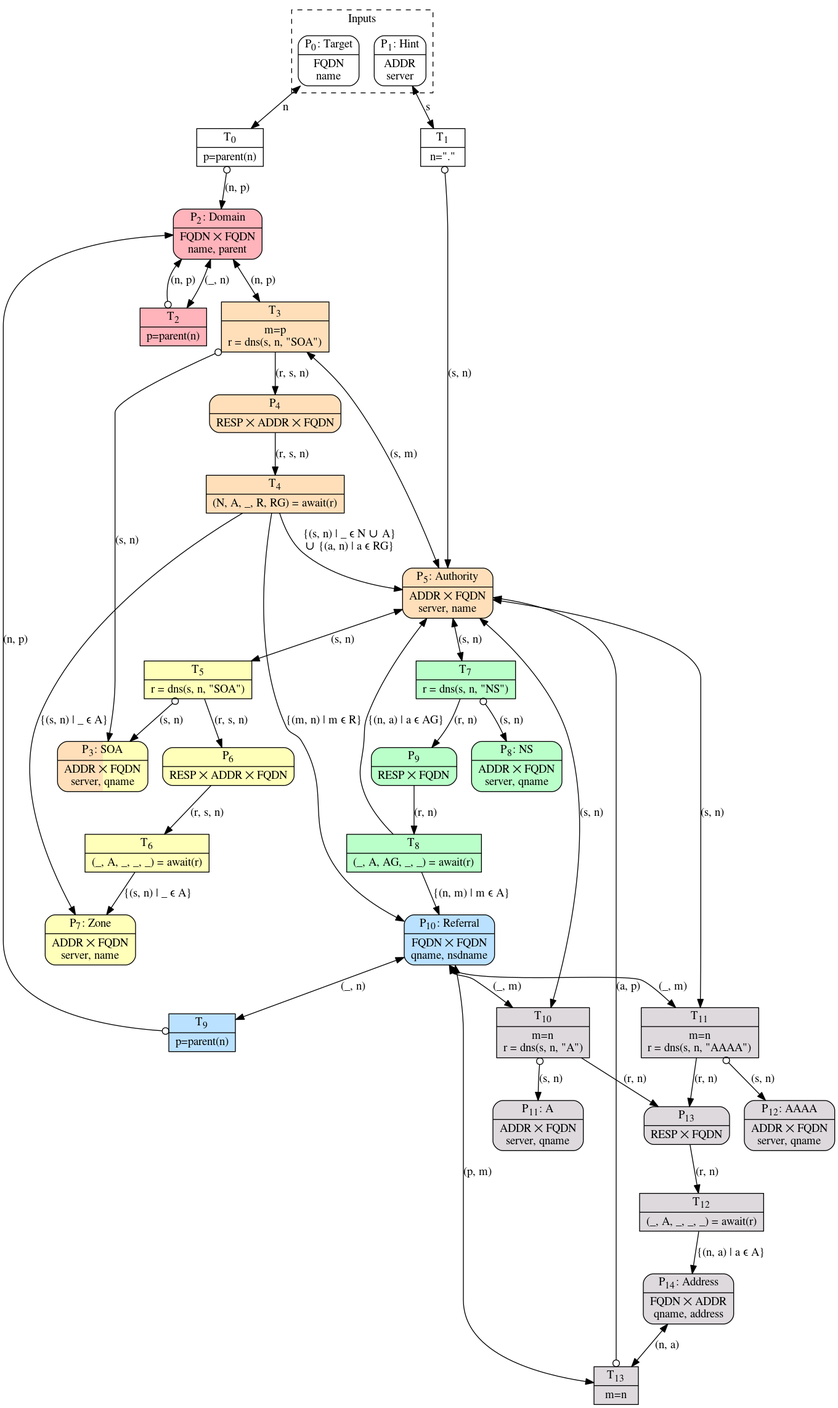
This is topo.png from mattias-p/topo, a Graphviz export, as it was before one commit. Its source is kept beside it as topo.dot.
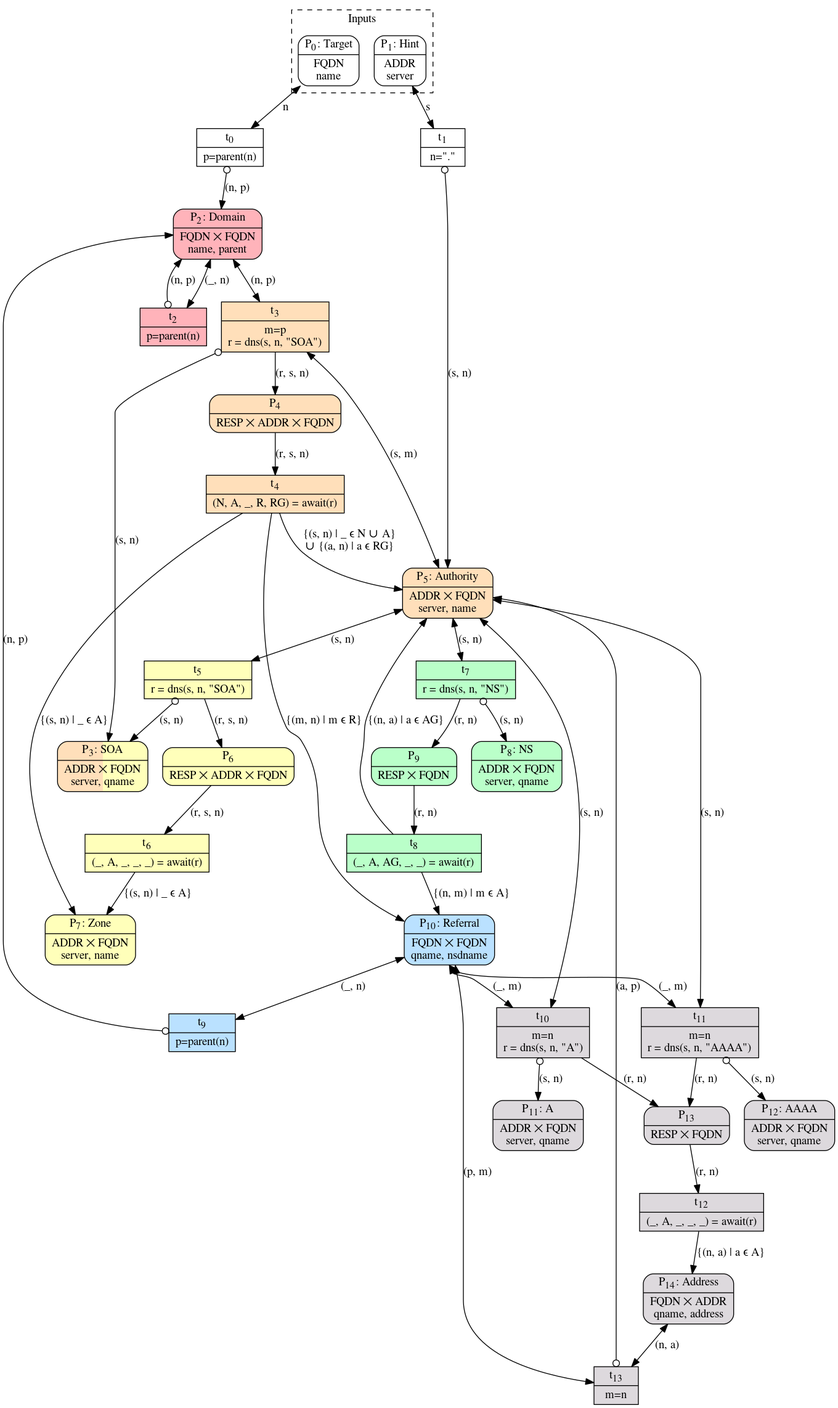
Later version of the same file.

Commit message:
Use lower case t for transitions

Diff of the diagram source:
```diff
@@ -46,83 +46,83 @@
 
     node [fillcolor="#ffffff"] // white
 
-    Target -> T0 [label="n"]
-    T0 [label=< {T<SUB>0</SUB>|p=parent(n)} >]
-    T0 -> Domain [label="(n, p)", arrowtail=odot]
+    Target -> t0 [label="n"]
+    t0 [label=< {t<SUB>0</SUB>|p=parent(n)} >]
+    t0 -> Domain [label="(n, p)", arrowtail=odot]
 
-    Hint -> T1 [label="s"]
-    T1 [label=< {T<SUB>1</SUB>|n="."} >]
-    T1 -> Authority [label="(s, n)", arrowtail=odot]
+    Hint -> t1 [label="s"]
+    t1 [label=< {t<SUB>1</SUB>|n="."} >]
+    t1 -> Authority [label="(s, n)", arrowtail=odot]
 
     node [fillcolor="#ffb3ba"] // red
 
-    Domain -> T2 [label="(_, n)"]
-    T2 [label=< {T<SUB>2</SUB>|p=parent(n)} >]
-    T2 -> Domain [label="(n, p)", arrowtail=odot]
+    Domain -> t2 [label="(_, n)"]
+    t2 [label=< {t<SUB>2</SUB>|p=parent(n)} >]
+    t2 -> Domain [label="(n, p)", arrowtail=odot]
 
     node [fillcolor="#ffdfba"] // orange
 
-    Domain -> T3 [label="(n, p)"]
-    Authority -> T3 [label="(s, m)"]
-    T3 [label=< {T<SUB>3</SUB>| m=p<BR/>r = dns(s, n, "SOA")} >]
-    T3 -> SOA [label="(s, n)", arrowtail=odot]
-    T3 -> P4 [label="(r, s, n)", dir=forward]
+    Domain -> t3 [label="(n, p)"]
+    Authority -> t3 [label="(s, m)"]
+    t3 [label=< {t<SUB>3</SUB>| m=p<BR/>r = dns(s, n, "SOA")} >]
+    t3 -> SOA [label="(s, n)", arrowtail=odot]
+    t3 -> P4 [label="(r, s, n)", dir=forward]
 
-    P4 -> T4 [label="(r, s, n)", dir=forward]
-    T4 [label=< {T<SUB>4</SUB>|(N, A, _, R, RG) = await(r)} >]
-    T4 -> Authority [label="{(s, n) | _ ∊ N ∪ A}\n∪ {(a, n) | a ∊ RG}", dir=forward]
-    T4 -> Referral [label="{(m, n) | m ∊ R}", dir=forward]
-    T4 -> Zone [label="{(s, n) | _ ∊ A}", dir=forward]
+    P4 -> t4 [label="(r, s, n)", dir=forward]
+    t4 [label=< {t<SUB>4</SUB>|(N, A, _, R, RG) = await(r)} >]
+    t4 -> Authority [label="{(s, n) | _ ∊ N ∪ A}\n∪ {(a, n) | a ∊ RG}", dir=forward]
+    t4 -> Referral [label="{(m, n) | m ∊ R}", dir=forward]
+    t4 -> Zone [label="{(s, n) | _ ∊ A}", dir=forward]
 
     node [fillcolor="#ffffba"] // yellow
 
-    Authority -> T5 [label="(s, n)"]
-    T5 [label=< {T<SUB>5</SUB>|r = dns(s, n, "SOA")} >]
-    T5 -> SOA [label="(s, n)", arrowtail=odot]
-    T5 -> P6 [label="(r, s, n)", dir=forward]
+    Authority -> t5 [label="(s, n)"]
+    t5 [label=< {t<SUB>5</SUB>|r = dns(s, n, "SOA")} >]
+    t5 -> SOA [label="(s, n)", arrowtail=odot]
+    t5 -> P6 [label="(r, s, n)", dir=forward]
 
-    P6 -> T6 [label="(r, s, n)", dir=forward]
-    T6 [label=< {T<SUB>6</SUB>|(_, A, _, _, _) = await(r)} >]
-    T6 -> Zone [label="{(s, n) | _ ∊ A}", dir=forward]
+    P6 -> t6 [label="(r, s, n)", dir=forward]
+    t6 [label=< {t<SUB>6</SUB>|(_, A, _, _, _) = await(r)} >]
+    t6 -> Zone [label="{(s, n) | _ ∊ A}", dir=forward]
 
     node [fillcolor="#baffc9"] // green
 
-    Authority -> T7 [label="(s, n)"]
-    T7 [label=< {T<SUB>7</SUB>|r = dns(s, n, "NS")} >]
-    T7 -> NS [label="(s, n)", arrowtail=odot]
-    T7 -> P9 [label="(r, n)", dir=forward]
+    Authority -> t7 [label="(s, n)"]
+    t7 [label=< {t<SUB>7</SUB>|r = dns(s, n, "NS")} >]
+    t7 -> NS [label="(s, n)", arrowtail=odot]
+    t7 -> P9 [label="(r, n)", dir=forward]
 
-    P9 -> T8 [label="(r, n)", dir=forward]
-    T8 [label=< {T<SUB>8</SUB>|(_, A, AG, _, _) = await(r)} >]
-    T8 -> Referral [label="{(n, m) | m ∊ A}", dir=forward]
-    T8 -> Authority [label="{(n, a) | a ∊ AG}", dir=forward]
+    P9 -> t8 [label="(r, n)", dir=forward]
+    t8 [label=< {t<SUB>8</SUB>|(_, A, AG, _, _) = await(r)} >]
+    t8 -> Referral [label="{(n, m) | m ∊ A}", dir=forward]
+    t8 -> Authority [label="{(n, a) | a ∊ AG}", dir=forward]
 
     node [fillcolor="#bae1ff"] // blue
 
-    Referral -> T9 [label="(_, n)"]
-    T9 [label=< {T<SUB>9</SUB>|p=parent(n)} >]
-    T9 -> Domain [label="(n, p)", arrowtail=odot]
+    Referral -> t9 [label="(_, n)"]
+    t9 [label=< {t<SUB>9</SUB>|p=parent(n)} >]
+    t9 -> Domain [label="(n, p)", arrowtail=odot]
 
     node [fillcolor="#ddd9dd"] // purple
 
-    Referral:s -> T10 [label="(_, m)"]
-    Authority -> T10 [label="(s, n)"]
-    T10 [label=< {T<SUB>10</SUB>|m=n<BR/>r = dns(s, n, "A")} >]
-    T10 -> A [label="(s, n)", arrowtail=odot]
-    T10 -> P13 [label="(r, n)", dir=forward]
+    Referral:s -> t10 [label="(_, m)"]
+    Authority -> t10 [label="(s, n)"]
+    t10 [label=< {t<SUB>10</SUB>|m=n<BR/>r = dns(s, n, "A")} >]
+    t10 -> A [label="(s, n)", arrowtail=odot]
+    t10 -> P13 [label="(r, n)", dir=forward]
 
-    Referral:s -> T11 [label="(_, m)"]
-    Authority -> T11 [label="(s, n)"]
-    T11 [label=< {T<SUB>11</SUB>|m=n<BR/>r = dns(s, n, "AAAA")} >]
-    T11 -> AAAA [label="(s, n)", arrowtail=odot]
-    T11 -> P13 [label="(r, n)", dir=forward]
+    Referral:s -> t11 [label="(_, m)"]
+    Authority -> t11 [label="(s, n)"]
+    t11 [label=< {t<SUB>11</SUB>|m=n<BR/>r = dns(s, n, "AAAA")} >]
+    t11 -> AAAA [label="(s, n)", arrowtail=odot]
+    t11 -> P13 [label="(r, n)", dir=forward]
 
-    P13 -> T12 [label="(r, n)", dir=forward]
-    T12 [label=< {T<SUB>12</SUB>|(_, A, _, _, _) = await(r)} >]
-    T12 -> Address [label="{(n, a) | a ∊ A}", dir=forward]
+    P13 -> t12 [label="(r, n)", dir=forward]
+    t12 [label=< {t<SUB>12</SUB>|(_, A, _, _, _) = await(r)} >]
+    t12 -> Address [label="{(n, a) | a ∊ A}", dir=forward]
 
-    Address -> T13 [label="(n, a)"]
-    Referral -> T13 [label="(p, m)"]
-    T13 [label=< {T<SUB>13</SUB>|m=n} >]
-    T13 -> Authority [label="(a, p)", arrowtail=odot]
+    Address -> t13 [label="(n, a)"]
+    Referral -> t13 [label="(p, m)"]
+    t13 [label=< {t<SUB>13</SUB>|m=n} >]
+    t13 -> Authority [label="(a, p)", arrowtail=odot]
 }
```
